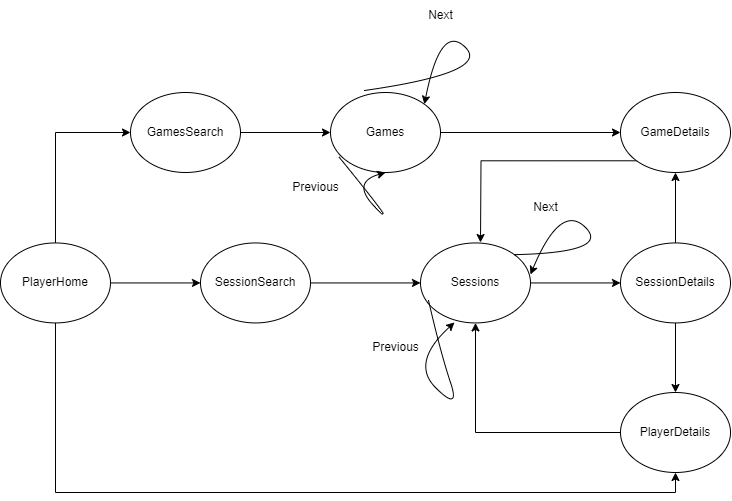
isel-leic-ls/2324-2-LEIC42D-G06 keeps this draw.io diagram as Docs/SPA/SPA.drawio.png. Above is the earlier version. Source tidied: cells renumbered, new cells last; positions are measured from the earlier drawing's top-left corner, leaving out a move shared by most shapes. The source it was exported from:
```xml
<mxGraphModel>
  <root>
    <mxCell id="0" />
    <mxCell id="1" parent="0" />
    <mxCell id="2" style="edgeStyle=orthogonalEdgeStyle;rounded=0;jettySize=auto;html=1;exitX=0.5;exitY=0;exitDx=0;exitDy=0;entryX=0;entryY=0.5;entryDx=0;entryDy=0;" parent="1" edge="1" source="5" target="7">
      <mxGeometry relative="1" as="geometry" />
    </mxCell>
    <mxCell id="3" style="edgeStyle=orthogonalEdgeStyle;rounded=0;jettySize=auto;html=1;exitX=1;exitY=0.5;exitDx=0;exitDy=0;entryX=0;entryY=0.5;entryDx=0;entryDy=0;" parent="1" edge="1" source="5" target="9">
      <mxGeometry relative="1" as="geometry" />
    </mxCell>
    <mxCell id="4" style="edgeStyle=orthogonalEdgeStyle;rounded=0;jettySize=auto;html=1;exitX=0.5;exitY=1;exitDx=0;exitDy=0;entryX=0.5;entryY=1;entryDx=0;entryDy=0;" parent="1" edge="1" source="5" target="16">
      <mxGeometry relative="1" as="geometry" />
    </mxCell>
    <mxCell id="5" value="PlayerHome" style="ellipse;whiteSpace=wrap;html=1;rotation=0;" parent="1" vertex="1">
      <mxGeometry y="242.4" width="110" height="80" as="geometry" />
    </mxCell>
    <mxCell id="6" style="edgeStyle=orthogonalEdgeStyle;rounded=0;jettySize=auto;html=1;exitX=1;exitY=0.5;exitDx=0;exitDy=0;" parent="1" edge="1" source="7" target="25">
      <mxGeometry relative="1" as="geometry" />
    </mxCell>
    <mxCell id="7" value="GamesSearch" style="ellipse;whiteSpace=wrap;html=1;rotation=0;" parent="1" vertex="1">
      <mxGeometry x="130" y="92" width="110" height="80" as="geometry" />
    </mxCell>
    <mxCell id="8" style="edgeStyle=orthogonalEdgeStyle;rounded=0;jettySize=auto;html=1;exitX=1;exitY=0.5;exitDx=0;exitDy=0;entryX=0;entryY=0.5;entryDx=0;entryDy=0;" parent="1" edge="1" source="9" target="11">
      <mxGeometry relative="1" as="geometry" />
    </mxCell>
    <mxCell id="9" value="SessionSearch" style="ellipse;whiteSpace=wrap;html=1;rotation=0;" parent="1" vertex="1">
      <mxGeometry x="200" y="242.4" width="110" height="80" as="geometry" />
    </mxCell>
    <mxCell id="10" style="edgeStyle=orthogonalEdgeStyle;rounded=0;jettySize=auto;html=1;exitX=1;exitY=0.5;exitDx=0;exitDy=0;entryX=0;entryY=0.5;entryDx=0;entryDy=0;" parent="1" edge="1" source="11" target="14">
      <mxGeometry relative="1" as="geometry" />
    </mxCell>
    <mxCell id="11" value="Sessions" style="ellipse;whiteSpace=wrap;html=1;rotation=0;" parent="1" vertex="1">
      <mxGeometry x="420" y="242.4" width="110" height="80" as="geometry" />
    </mxCell>
    <mxCell id="12" style="edgeStyle=orthogonalEdgeStyle;rounded=0;jettySize=auto;html=1;exitX=0.5;exitY=0;exitDx=0;exitDy=0;entryX=0.5;entryY=1;entryDx=0;entryDy=0;" parent="1" edge="1" source="14" target="18">
      <mxGeometry relative="1" as="geometry" />
    </mxCell>
    <mxCell id="13" style="edgeStyle=orthogonalEdgeStyle;rounded=0;jettySize=auto;html=1;exitX=0.5;exitY=1;exitDx=0;exitDy=0;entryX=0.5;entryY=0;entryDx=0;entryDy=0;" parent="1" edge="1" source="14" target="16">
      <mxGeometry relative="1" as="geometry" />
    </mxCell>
    <mxCell id="14" value="SessionDetails" style="ellipse;whiteSpace=wrap;html=1;rotation=0;" parent="1" vertex="1">
      <mxGeometry x="620" y="242.4" width="110" height="80" as="geometry" />
    </mxCell>
    <mxCell id="15" style="edgeStyle=orthogonalEdgeStyle;rounded=0;jettySize=auto;html=1;exitX=0;exitY=0.5;exitDx=0;exitDy=0;entryX=0.5;entryY=1;entryDx=0;entryDy=0;" parent="1" edge="1" source="16" target="11">
      <mxGeometry relative="1" as="geometry" />
    </mxCell>
    <mxCell id="16" value="PlayerDetails" style="ellipse;whiteSpace=wrap;html=1;rotation=0;" parent="1" vertex="1">
      <mxGeometry x="620" y="392" width="110" height="80" as="geometry" />
    </mxCell>
    <mxCell id="17" style="edgeStyle=orthogonalEdgeStyle;rounded=0;jettySize=auto;html=1;exitX=0;exitY=1;exitDx=0;exitDy=0;" parent="1" edge="1" source="18">
      <mxGeometry relative="1" as="geometry">
        <mxPoint x="480" y="242" as="targetPoint" />
      </mxGeometry>
    </mxCell>
    <mxCell id="18" value="GameDetails" style="ellipse;whiteSpace=wrap;html=1;rotation=0;" parent="1" vertex="1">
      <mxGeometry x="620" y="92" width="110" height="80" as="geometry" />
    </mxCell>
    <mxCell id="19" value="Previous" style="text;html=1;align=center;verticalAlign=middle;strokeColor=none;fillColor=none;" parent="1" vertex="1">
      <mxGeometry x="360" y="332" width="70" height="30" as="geometry" />
    </mxCell>
    <mxCell id="20" style="curved=1;endArrow=classic;html=1;rounded=0;exitX=1;exitY=0;exitDx=0;exitDy=0;entryX=1;entryY=0.394;entryDx=0;entryDy=0;entryPerimeter=0;" parent="1" edge="1" source="11" target="11">
      <mxGeometry relative="1" as="geometry">
        <Array as="points">
          <mxPoint x="610" y="252" />
          <mxPoint x="560" y="202" />
        </Array>
      </mxGeometry>
    </mxCell>
    <mxCell id="21" value="Next" style="text;html=1;align=center;verticalAlign=middle;strokeColor=none;fillColor=none;" parent="1" vertex="1">
      <mxGeometry x="520" y="192" width="50" height="30" as="geometry" />
    </mxCell>
    <mxCell id="22" style="curved=1;endArrow=classic;html=1;rounded=0;exitX=0.073;exitY=0.719;exitDx=0;exitDy=0;exitPerimeter=0;entryX=0.309;entryY=0.994;entryDx=0;entryDy=0;entryPerimeter=0;" parent="1" edge="1" source="11" target="11">
      <mxGeometry relative="1" as="geometry">
        <Array as="points">
          <mxPoint x="440" y="352" />
          <mxPoint x="460" y="412" />
          <mxPoint x="410" y="362" />
        </Array>
      </mxGeometry>
    </mxCell>
    <mxCell id="23" style="curved=1;endArrow=classic;html=1;rounded=0;exitX=0.309;exitY=-0.025;exitDx=0;exitDy=0;exitPerimeter=0;entryX=1;entryY=0;entryDx=0;entryDy=0;" parent="1" edge="1" source="25" target="25">
      <mxGeometry relative="1" as="geometry">
        <Array as="points">
          <mxPoint x="490" y="72" />
          <mxPoint x="440" y="22" />
        </Array>
      </mxGeometry>
    </mxCell>
    <mxCell id="24" style="edgeStyle=orthogonalEdgeStyle;rounded=0;jettySize=auto;html=1;exitX=1;exitY=0.5;exitDx=0;exitDy=0;entryX=0;entryY=0.5;entryDx=0;entryDy=0;" parent="1" edge="1" source="25" target="18">
      <mxGeometry relative="1" as="geometry" />
    </mxCell>
    <mxCell id="25" value="Games" style="ellipse;whiteSpace=wrap;html=1;rotation=0;" parent="1" vertex="1">
      <mxGeometry x="330" y="92" width="110" height="80" as="geometry" />
    </mxCell>
    <mxCell id="26" value="Next" style="text;html=1;align=center;verticalAlign=middle;strokeColor=none;fillColor=none;" parent="1" vertex="1">
      <mxGeometry x="415" width="50" height="30" as="geometry" />
    </mxCell>
    <mxCell id="27" style="curved=1;endArrow=classic;html=1;rounded=0;exitX=0.073;exitY=0.8;exitDx=0;exitDy=0;exitPerimeter=0;entryX=0.5;entryY=1;entryDx=0;entryDy=0;" parent="1" edge="1" source="25" target="25">
      <mxGeometry relative="1" as="geometry">
        <Array as="points">
          <mxPoint x="400" y="232" />
          <mxPoint x="350" y="182" />
        </Array>
      </mxGeometry>
    </mxCell>
    <mxCell id="28" value="Previous" style="text;html=1;align=center;verticalAlign=middle;strokeColor=none;fillColor=none;" parent="1" vertex="1">
      <mxGeometry x="280" y="172" width="70" height="30" as="geometry" />
    </mxCell>
  </root>
</mxGraphModel>
```
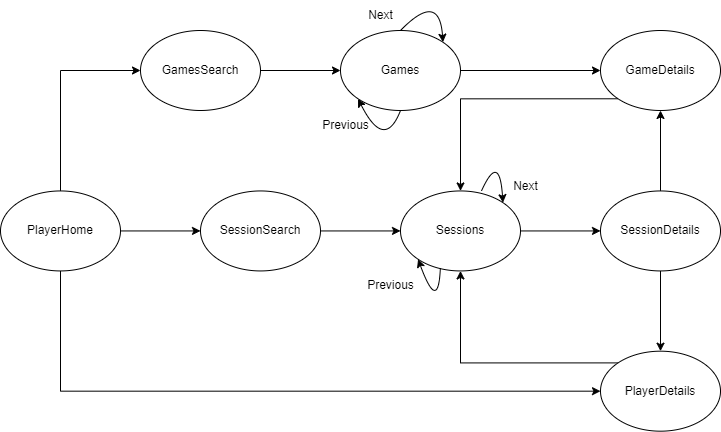
Above is the later version.

What changed in the source:
```diff
@@ -8,29 +8,33 @@
     <mxCell id="3" style="edgeStyle=orthogonalEdgeStyle;rounded=0;jettySize=auto;html=1;exitX=1;exitY=0.5;exitDx=0;exitDy=0;entryX=0;entryY=0.5;entryDx=0;entryDy=0;" parent="1" edge="1" source="5" target="9">
       <mxGeometry relative="1" as="geometry" />
     </mxCell>
-    <mxCell id="4" style="edgeStyle=orthogonalEdgeStyle;rounded=0;jettySize=auto;html=1;exitX=0.5;exitY=1;exitDx=0;exitDy=0;entryX=0.5;entryY=1;entryDx=0;entryDy=0;" parent="1" edge="1" source="5" target="16">
-      <mxGeometry relative="1" as="geometry" />
+    <mxCell id="4" style="edgeStyle=orthogonalEdgeStyle;rounded=0;jettySize=auto;html=1;exitX=0.5;exitY=1;exitDx=0;exitDy=0;entryX=0;entryY=0.5;entryDx=0;entryDy=0;" parent="1" edge="1" source="5" target="16">
+      <mxGeometry relative="1" as="geometry">
+        <Array as="points">
+          <mxPoint x="50" y="442" />
+        </Array>
+      </mxGeometry>
     </mxCell>
     <mxCell id="5" value="PlayerHome" style="ellipse;whiteSpace=wrap;html=1;rotation=0;" parent="1" vertex="1">
-      <mxGeometry y="242.4" width="110" height="80" as="geometry" />
+      <mxGeometry x="-10" y="241.4" width="120" height="80" as="geometry" />
     </mxCell>
     <mxCell id="6" style="edgeStyle=orthogonalEdgeStyle;rounded=0;jettySize=auto;html=1;exitX=1;exitY=0.5;exitDx=0;exitDy=0;" parent="1" edge="1" source="7" target="25">
       <mxGeometry relative="1" as="geometry" />
     </mxCell>
     <mxCell id="7" value="GamesSearch" style="ellipse;whiteSpace=wrap;html=1;rotation=0;" parent="1" vertex="1">
-      <mxGeometry x="130" y="92" width="110" height="80" as="geometry" />
+      <mxGeometry x="130" y="81" width="120" height="80" as="geometry" />
     </mxCell>
     <mxCell id="8" style="edgeStyle=orthogonalEdgeStyle;rounded=0;jettySize=auto;html=1;exitX=1;exitY=0.5;exitDx=0;exitDy=0;entryX=0;entryY=0.5;entryDx=0;entryDy=0;" parent="1" edge="1" source="9" target="11">
       <mxGeometry relative="1" as="geometry" />
     </mxCell>
     <mxCell id="9" value="SessionSearch" style="ellipse;whiteSpace=wrap;html=1;rotation=0;" parent="1" vertex="1">
-      <mxGeometry x="200" y="242.4" width="110" height="80" as="geometry" />
+      <mxGeometry x="190" y="241.4" width="120" height="80" as="geometry" />
     </mxCell>
     <mxCell id="10" style="edgeStyle=orthogonalEdgeStyle;rounded=0;jettySize=auto;html=1;exitX=1;exitY=0.5;exitDx=0;exitDy=0;entryX=0;entryY=0.5;entryDx=0;entryDy=0;" parent="1" edge="1" source="11" target="14">
       <mxGeometry relative="1" as="geometry" />
     </mxCell>
     <mxCell id="11" value="Sessions" style="ellipse;whiteSpace=wrap;html=1;rotation=0;" parent="1" vertex="1">
-      <mxGeometry x="420" y="242.4" width="110" height="80" as="geometry" />
+      <mxGeometry x="390" y="241.4" width="120" height="80" as="geometry" />
     </mxCell>
     <mxCell id="12" style="edgeStyle=orthogonalEdgeStyle;rounded=0;jettySize=auto;html=1;exitX=0.5;exitY=0;exitDx=0;exitDy=0;entryX=0.5;entryY=1;entryDx=0;entryDy=0;" parent="1" edge="1" source="14" target="18">
       <mxGeometry relative="1" as="geometry" />
@@ -39,72 +43,65 @@
       <mxGeometry relative="1" as="geometry" />
     </mxCell>
     <mxCell id="14" value="SessionDetails" style="ellipse;whiteSpace=wrap;html=1;rotation=0;" parent="1" vertex="1">
-      <mxGeometry x="620" y="242.4" width="110" height="80" as="geometry" />
+      <mxGeometry x="590" y="241.4" width="120" height="80" as="geometry" />
     </mxCell>
-    <mxCell id="15" style="edgeStyle=orthogonalEdgeStyle;rounded=0;jettySize=auto;html=1;exitX=0;exitY=0.5;exitDx=0;exitDy=0;entryX=0.5;entryY=1;entryDx=0;entryDy=0;" parent="1" edge="1" source="16" target="11">
+    <mxCell id="15" style="edgeStyle=orthogonalEdgeStyle;rounded=0;jettySize=auto;html=1;exitX=0;exitY=0;exitDx=0;exitDy=0;entryX=0.5;entryY=1;entryDx=0;entryDy=0;" parent="1" edge="1" source="16" target="11">
       <mxGeometry relative="1" as="geometry" />
     </mxCell>
     <mxCell id="16" value="PlayerDetails" style="ellipse;whiteSpace=wrap;html=1;rotation=0;" parent="1" vertex="1">
-      <mxGeometry x="620" y="392" width="110" height="80" as="geometry" />
+      <mxGeometry x="590" y="401.7" width="120" height="80" as="geometry" />
     </mxCell>
-    <mxCell id="17" style="edgeStyle=orthogonalEdgeStyle;rounded=0;jettySize=auto;html=1;exitX=0;exitY=1;exitDx=0;exitDy=0;" parent="1" edge="1" source="18">
-      <mxGeometry relative="1" as="geometry">
-        <mxPoint x="480" y="242" as="targetPoint" />
-      </mxGeometry>
+    <mxCell id="17" style="edgeStyle=orthogonalEdgeStyle;rounded=0;jettySize=auto;html=1;exitX=0;exitY=1;exitDx=0;exitDy=0;entryX=0.5;entryY=0;entryDx=0;entryDy=0;" parent="1" edge="1" source="18" target="11">
+      <mxGeometry relative="1" as="geometry" />
     </mxCell>
     <mxCell id="18" value="GameDetails" style="ellipse;whiteSpace=wrap;html=1;rotation=0;" parent="1" vertex="1">
-      <mxGeometry x="620" y="92" width="110" height="80" as="geometry" />
+      <mxGeometry x="590" y="81" width="120" height="80" as="geometry" />
     </mxCell>
     <mxCell id="19" value="Previous" style="text;html=1;align=center;verticalAlign=middle;strokeColor=none;fillColor=none;" parent="1" vertex="1">
-      <mxGeometry x="360" y="332" width="70" height="30" as="geometry" />
+      <mxGeometry x="345" y="321.4" width="70" height="30" as="geometry" />
     </mxCell>
-    <mxCell id="20" style="curved=1;endArrow=classic;html=1;rounded=0;exitX=1;exitY=0;exitDx=0;exitDy=0;entryX=1;entryY=0.394;entryDx=0;entryDy=0;entryPerimeter=0;" parent="1" edge="1" source="11" target="11">
-      <mxGeometry relative="1" as="geometry">
-        <Array as="points">
-          <mxPoint x="610" y="252" />
-          <mxPoint x="560" y="202" />
-        </Array>
-      </mxGeometry>
-    </mxCell>
     <mxCell id="21" value="Next" style="text;html=1;align=center;verticalAlign=middle;strokeColor=none;fillColor=none;" parent="1" vertex="1">
-      <mxGeometry x="520" y="192" width="50" height="30" as="geometry" />
+      <mxGeometry x="490" y="222" width="50" height="30" as="geometry" />
     </mxCell>
-    <mxCell id="22" style="curved=1;endArrow=classic;html=1;rounded=0;exitX=0.073;exitY=0.719;exitDx=0;exitDy=0;exitPerimeter=0;entryX=0.309;entryY=0.994;entryDx=0;entryDy=0;entryPerimeter=0;" parent="1" edge="1" source="11" target="11">
-      <mxGeometry relative="1" as="geometry">
-        <Array as="points">
-          <mxPoint x="440" y="352" />
-          <mxPoint x="460" y="412" />
-          <mxPoint x="410" y="362" />
-        </Array>
-      </mxGeometry>
-    </mxCell>
-    <mxCell id="23" style="curved=1;endArrow=classic;html=1;rounded=0;exitX=0.309;exitY=-0.025;exitDx=0;exitDy=0;exitPerimeter=0;entryX=1;entryY=0;entryDx=0;entryDy=0;" parent="1" edge="1" source="25" target="25">
-      <mxGeometry relative="1" as="geometry">
-        <Array as="points">
-          <mxPoint x="490" y="72" />
-          <mxPoint x="440" y="22" />
-        </Array>
-      </mxGeometry>
-    </mxCell>
     <mxCell id="24" style="edgeStyle=orthogonalEdgeStyle;rounded=0;jettySize=auto;html=1;exitX=1;exitY=0.5;exitDx=0;exitDy=0;entryX=0;entryY=0.5;entryDx=0;entryDy=0;" parent="1" edge="1" source="25" target="18">
       <mxGeometry relative="1" as="geometry" />
     </mxCell>
     <mxCell id="25" value="Games" style="ellipse;whiteSpace=wrap;html=1;rotation=0;" parent="1" vertex="1">
-      <mxGeometry x="330" y="92" width="110" height="80" as="geometry" />
+      <mxGeometry x="330" y="81" width="120" height="80" as="geometry" />
     </mxCell>
     <mxCell id="26" value="Next" style="text;html=1;align=center;verticalAlign=middle;strokeColor=none;fillColor=none;" parent="1" vertex="1">
-      <mxGeometry x="415" width="50" height="30" as="geometry" />
+      <mxGeometry x="345" y="51" width="50" height="30" as="geometry" />
     </mxCell>
-    <mxCell id="27" style="curved=1;endArrow=classic;html=1;rounded=0;exitX=0.073;exitY=0.8;exitDx=0;exitDy=0;exitPerimeter=0;entryX=0.5;entryY=1;entryDx=0;entryDy=0;" parent="1" edge="1" source="25" target="25">
-      <mxGeometry relative="1" as="geometry">
-        <Array as="points">
-          <mxPoint x="400" y="232" />
-          <mxPoint x="350" y="182" />
-        </Array>
-      </mxGeometry>
-    </mxCell>
     <mxCell id="28" value="Previous" style="text;html=1;align=center;verticalAlign=middle;strokeColor=none;fillColor=none;" parent="1" vertex="1">
-      <mxGeometry x="280" y="172" width="70" height="30" as="geometry" />
+      <mxGeometry x="300" y="161" width="70" height="30" as="geometry" />
     </mxCell>
+    <mxCell id="29" style="curved=1;endArrow=classic;html=1;rounded=0;exitX=0.5;exitY=0;exitDx=0;exitDy=0;entryX=1;entryY=0;entryDx=0;entryDy=0;" parent="1" edge="1" source="25" target="25">
+      <mxGeometry relative="1" as="geometry">
+        <Array as="points">
+          <mxPoint x="429" y="41" />
+        </Array>
+      </mxGeometry>
+    </mxCell>
+    <mxCell id="30" style="curved=1;endArrow=classic;html=1;rounded=0;exitX=0.5;exitY=1;exitDx=0;exitDy=0;entryX=0;entryY=1;entryDx=0;entryDy=0;" parent="1" edge="1" source="25" target="25">
+      <mxGeometry relative="1" as="geometry">
+        <Array as="points">
+          <mxPoint x="374" y="202" />
+        </Array>
+      </mxGeometry>
+    </mxCell>
+    <mxCell id="31" style="curved=1;endArrow=classic;html=1;rounded=0;exitX=0.676;exitY=-0.004;exitDx=0;exitDy=0;entryX=1;entryY=0;entryDx=0;entryDy=0;exitPerimeter=0;" parent="1" edge="1" source="11" target="11">
+      <mxGeometry relative="1" as="geometry">
+        <Array as="points">
+          <mxPoint x="489" y="202" />
+        </Array>
+      </mxGeometry>
+    </mxCell>
+    <mxCell id="32" style="curved=1;endArrow=classic;html=1;rounded=0;exitX=0.332;exitY=0.961;exitDx=0;exitDy=0;entryX=0;entryY=1;entryDx=0;entryDy=0;exitPerimeter=0;" parent="1" edge="1" source="11" target="11">
+      <mxGeometry relative="1" as="geometry">
+        <Array as="points">
+          <mxPoint x="427.9" y="364.7" />
+        </Array>
+      </mxGeometry>
+    </mxCell>
   </root>
 </mxGraphModel>
```
